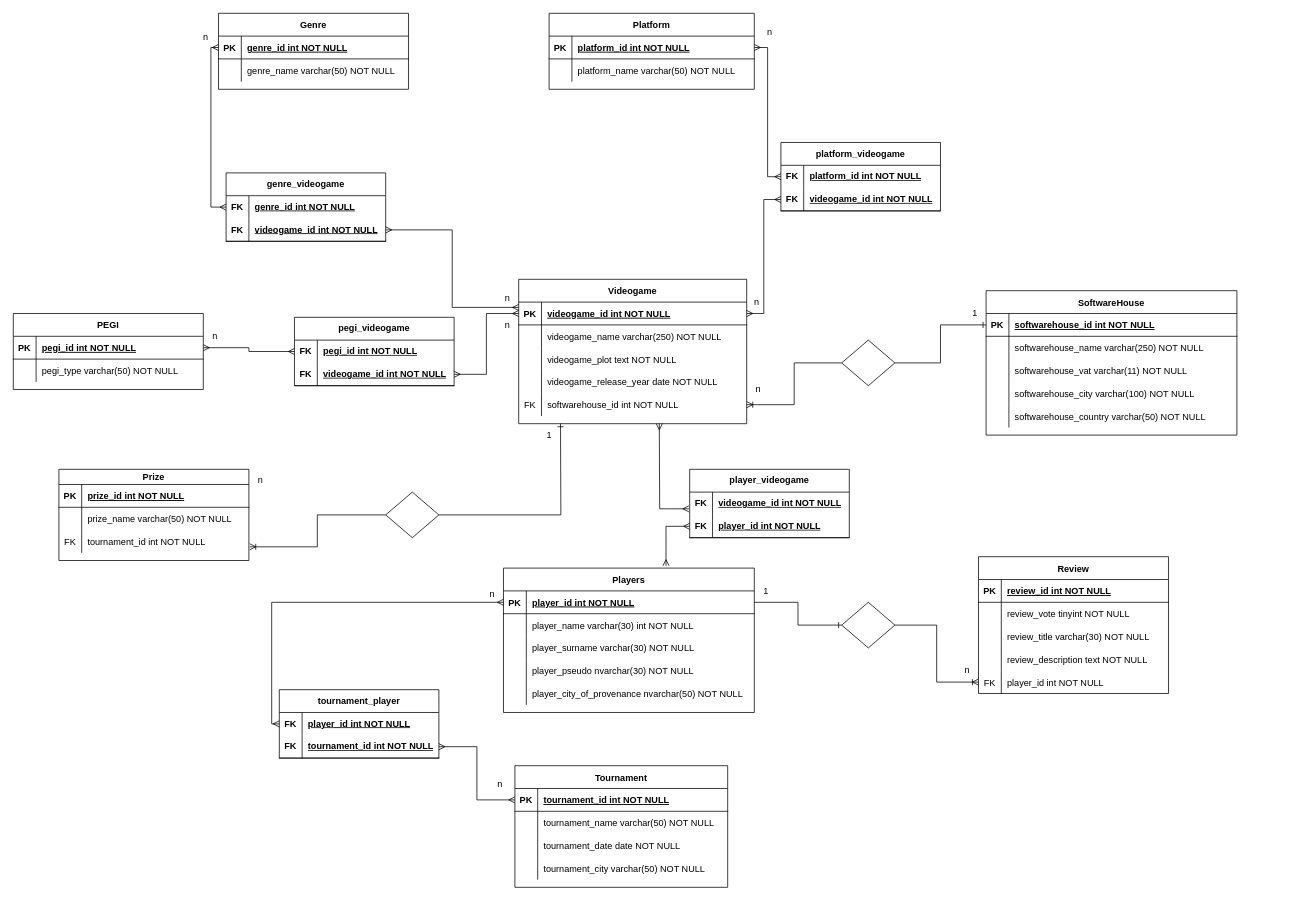
This is db-videogames/er-diagram/db-videogames.drawio from broyettore/db-videogames, a draw.io file, before an edit. Source tidied: cells renumbered, new cells numbered last; positions are measured from the earlier drawing's top-left corner, leaving out a move shared by most shapes. Both pictures are drawn from the tidied source at 76%, with x=0, y=0 at pixel (13, 13).
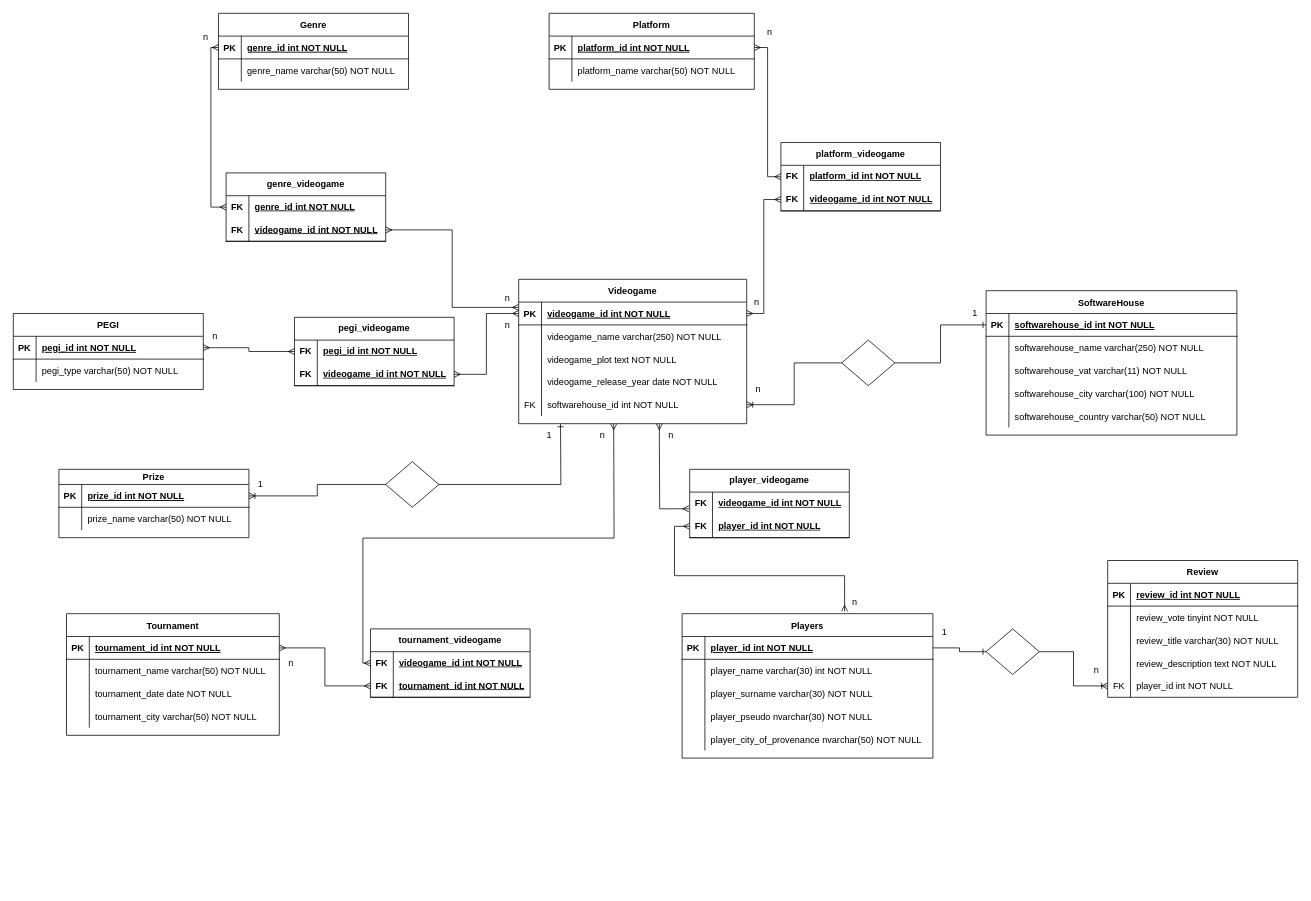
The same page after the edit.

Unchanged cells that the change refers to:
```xml
<mxCell id="56" style="shape=partialRectangle;fillColor=none;points=[[0,0.5],[1,0.5]];portConstraint=eastwest;top=0;left=0;right=0;bottom=1;" parent="55" vertex="1">
  <mxGeometry y="30" width="280" height="30" as="geometry" />
</mxCell>
<mxCell id="69" style="shape=partialRectangle;fillColor=none;points=[[0,0.5],[1,0.5]];portConstraint=eastwest;top=0;left=0;right=0;bottom=1;" parent="68" vertex="1">
  <mxGeometry y="30" width="330" height="30" as="geometry" />
</mxCell>
<mxCell id="85" style="shape=partialRectangle;fillColor=none;points=[[0,0.5],[1,0.5]];portConstraint=eastwest;top=0;left=0;right=0;bottom=1;" parent="84" vertex="1">
  <mxGeometry y="20" width="250" height="30" as="geometry" />
</mxCell>
<mxCell id="154" style="shape=tableRow;horizontal=0;startSize=0;swimlaneHead=0;swimlaneBody=0;fillColor=none;points=[[0,0.5],[1,0.5]];portConstraint=eastwest;top=0;left=0;right=0;bottom=0;html=1;" parent="153" vertex="1">
  <mxGeometry y="30" width="210" height="30" as="geometry" />
</mxCell>
<mxCell id="157" style="shape=tableRow;horizontal=0;startSize=0;swimlaneHead=0;swimlaneBody=0;fillColor=none;points=[[0,0.5],[1,0.5]];portConstraint=eastwest;top=0;left=0;right=0;bottom=1;html=1;" parent="153" vertex="1">
  <mxGeometry y="60" width="210" height="30" as="geometry" />
</mxCell>
```

Change to the diagram source:
```diff
@@
     <mxCell id="55" value="Tournament" style="shape=table;startSize=30;childLayout=tableLayout;rowLines=0;fontStyle=1;align=center;" parent="1" vertex="1">
-      <mxGeometry x="660" y="990" width="280" height="160" as="geometry" />
+      <mxGeometry x="70" y="790" width="280" height="160" as="geometry" />
     </mxCell>
@@
     <mxCell id="68" value="Players" style="shape=table;startSize=30;childLayout=tableLayout;rowLines=0;fontStyle=1;align=center;" parent="1" vertex="1">
-      <mxGeometry x="645" y="730" width="330" height="190" as="geometry" />
+      <mxGeometry x="880" y="790" width="330" height="190" as="geometry" />
     </mxCell>
@@
     <mxCell id="84" value="Prize" style="shape=table;startSize=20;childLayout=tableLayout;rowLines=0;fontStyle=1;align=center;" parent="1" vertex="1">
-      <mxGeometry x="60" y="600" width="250" height="120" as="geometry" />
+      <mxGeometry x="60" y="600" width="250" height="90" as="geometry" />
     </mxCell>
@@
-    <mxCell id="91" style="shape=partialRectangle;fillColor=none;points=[[0,0.5],[1,0.5]];portConstraint=eastwest;top=0;left=0;right=0;bottom=0;" parent="84" vertex="1">
-      <mxGeometry y="80" width="250" height="30" as="geometry" />
-    </mxCell>
-    <mxCell id="92" value="FK" style="shape=partialRectangle;overflow=hidden;fillColor=none;top=0;left=0;bottom=0;right=0;" parent="91" vertex="1">
-      <mxGeometry width="30" height="30" as="geometry" />
-    </mxCell>
-    <mxCell id="93" value="tournament_id int NOT NULL" style="shape=partialRectangle;overflow=hidden;fillColor=none;top=0;left=0;bottom=0;right=0;align=left;spacingLeft=6;" parent="91" vertex="1">
-      <mxGeometry x="30" width="220" height="30" as="geometry" />
-    </mxCell>
     <mxCell id="94" value="Review" style="shape=table;startSize=30;childLayout=tableLayout;rowLines=0;fontStyle=1;align=center;" parent="1" vertex="1">
-      <mxGeometry x="1270" y="715" width="250" height="180" as="geometry" />
+      <mxGeometry x="1440" y="720" width="250" height="180" as="geometry" />
     </mxCell>
@@
     <mxCell id="148" style="rhombus;whiteSpace=wrap;html=1;" parent="1" vertex="1">
-      <mxGeometry x="1090" y="775" width="70" height="60" as="geometry" />
+      <mxGeometry x="1280" y="810" width="70" height="60" as="geometry" />
     </mxCell>
@@
     <mxCell id="151" value="n" style="text;html=1;align=center;verticalAlign=middle;strokeColor=none;fillColor=none;" parent="1" vertex="1">
-      <mxGeometry x="1240" y="850" width="30" height="30" as="geometry" />
+      <mxGeometry x="1410" y="850" width="30" height="30" as="geometry" />
     </mxCell>
     <mxCell id="152" value="1" style="text;html=1;align=center;verticalAlign=middle;strokeColor=none;fillColor=none;" parent="1" vertex="1">
-      <mxGeometry x="975" y="745" width="30" height="30" as="geometry" />
+      <mxGeometry x="1210" y="800" width="30" height="30" as="geometry" />
     </mxCell>
-    <mxCell id="153" value="tournament_player" style="shape=table;startSize=30;childLayout=tableLayout;rowLines=0;fontStyle=1;align=center;html=1;whiteSpace=wrap;" parent="1" vertex="1">
-      <mxGeometry x="350" y="890" width="210" height="90" as="geometry" />
+    <mxCell id="153" value="tournament_videogame" style="shape=table;startSize=30;childLayout=tableLayout;rowLines=0;fontStyle=1;align=center;html=1;whiteSpace=wrap;" parent="1" vertex="1">
+      <mxGeometry x="470" y="810" width="210" height="90" as="geometry" />
     </mxCell>
@@
-    <mxCell id="156" value="player_id&amp;nbsp;int NOT NULL" style="shape=partialRectangle;fillColor=none;top=0;left=0;bottom=0;right=0;align=left;spacingLeft=6;fontStyle=5;overflow=hidden;html=1;whiteSpace=wrap;" parent="154" vertex="1">
+    <mxCell id="156" value="videogame_id int NOT NULL" style="shape=partialRectangle;fillColor=none;top=0;left=0;bottom=0;right=0;align=left;spacingLeft=6;fontStyle=5;overflow=hidden;html=1;whiteSpace=wrap;" parent="154" vertex="1">
       <mxGeometry x="30" width="180" height="30" as="geometry" />
     </mxCell>
@@
-    <mxCell id="160" style="edgeStyle=orthogonalEdgeStyle;fontSize=12;html=1;endArrow=ERmany;startArrow=ERmany;rounded=0;exitX=0;exitY=0.5;exitDx=0;exitDy=0;entryX=0;entryY=0.5;entryDx=0;entryDy=0;" parent="1" edge="1" source="69" target="154">
-      <mxGeometry relative="1" as="geometry" />
+    <mxCell id="160" style="edgeStyle=orthogonalEdgeStyle;fontSize=12;html=1;endArrow=ERmany;startArrow=ERmany;rounded=0;entryX=0;entryY=0.5;entryDx=0;entryDy=0;" parent="1" edge="1" target="154">
+      <mxGeometry relative="1" as="geometry">
+        <mxPoint x="790" y="540" as="sourcePoint" />
+      </mxGeometry>
     </mxCell>
-    <mxCell id="161" style="edgeStyle=orthogonalEdgeStyle;fontSize=12;html=1;endArrow=ERmany;startArrow=ERmany;rounded=0;exitX=0;exitY=0.5;exitDx=0;exitDy=0;entryX=1;entryY=0.5;entryDx=0;entryDy=0;" parent="1" edge="1" source="56" target="157">
+    <mxCell id="161" style="edgeStyle=orthogonalEdgeStyle;fontSize=12;html=1;endArrow=ERmany;startArrow=ERmany;rounded=0;entryX=0;entryY=0.5;entryDx=0;entryDy=0;exitX=1;exitY=0.5;exitDx=0;exitDy=0;" parent="1" edge="1" source="56" target="157">
       <mxGeometry relative="1" as="geometry" />
     </mxCell>
     <mxCell id="162" value="n" style="text;html=1;align=center;verticalAlign=middle;strokeColor=none;fillColor=none;" parent="1" vertex="1">
-      <mxGeometry x="625" y="999" width="30" height="30" as="geometry" />
+      <mxGeometry x="350" y="840" width="30" height="30" as="geometry" />
     </mxCell>
     <mxCell id="163" value="n" style="text;html=1;align=center;verticalAlign=middle;strokeColor=none;fillColor=none;" parent="1" vertex="1">
-      <mxGeometry x="615" y="750" width="30" height="30" as="geometry" />
+      <mxGeometry x="760" y="540" width="30" height="30" as="geometry" />
     </mxCell>
     <mxCell id="164" style="rhombus;whiteSpace=wrap;html=1;" parent="1" vertex="1">
-      <mxGeometry x="490" y="630" width="70" height="60" as="geometry" />
+      <mxGeometry x="490" y="590" width="70" height="60" as="geometry" />
     </mxCell>
-    <mxCell id="165" value="n" style="text;html=1;align=center;verticalAlign=middle;strokeColor=none;fillColor=none;" parent="1" vertex="1">
-      <mxGeometry x="310" y="600" width="30" height="30" as="geometry" />
+    <mxCell id="165" value="1" style="text;html=1;align=center;verticalAlign=middle;strokeColor=none;fillColor=none;" parent="1" vertex="1">
+      <mxGeometry x="310" y="605" width="30" height="30" as="geometry" />
     </mxCell>
@@
-    <mxCell id="167" style="edgeStyle=orthogonalEdgeStyle;fontSize=12;html=1;endArrow=ERoneToMany;rounded=0;entryX=1.004;entryY=0.733;entryDx=0;entryDy=0;entryPerimeter=0;exitX=0;exitY=0.5;exitDx=0;exitDy=0;" parent="1" edge="1" source="164" target="91">
+    <mxCell id="167" style="edgeStyle=orthogonalEdgeStyle;fontSize=12;html=1;endArrow=ERoneToMany;rounded=0;entryX=1;entryY=0.5;entryDx=0;entryDy=0;exitX=0;exitY=0.5;exitDx=0;exitDy=0;" parent="1" edge="1" source="164" target="85">
       <mxGeometry relative="1" as="geometry" />
     </mxCell>
@@
+    <mxCell id="178" value="n" style="text;html=1;align=center;verticalAlign=middle;strokeColor=none;fillColor=none;" parent="1" vertex="1">
+      <mxGeometry x="850" y="540" width="30" height="30" as="geometry" />
+    </mxCell>
+    <mxCell id="179" value="n" style="text;html=1;align=center;verticalAlign=middle;strokeColor=none;fillColor=none;" parent="1" vertex="1">
+      <mxGeometry x="1092" y="760" width="30" height="30" as="geometry" />
+    </mxCell>
```
